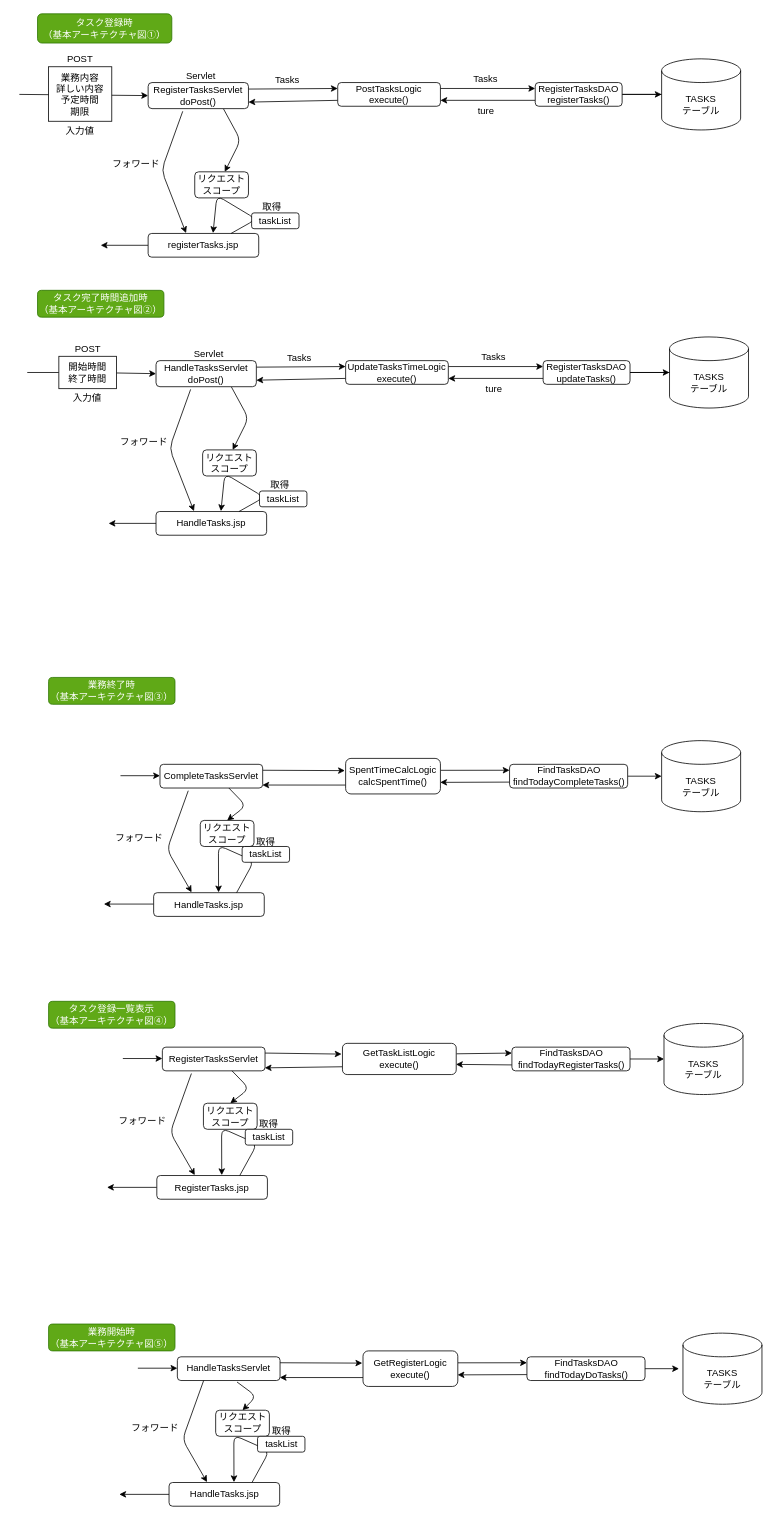
kanna1226/seisaku03 keeps this draw.io diagram as page "基本アーキテクチャ図" (4 of 4) of WorkOptimizer/02.仕様書等/UML(WorkOptimizer).drawio. Above is the earlier version. Source tidied: cells renumbered, new cells numbered last; positions are measured from the earlier drawing's top-left corner, leaving out a move shared by most shapes. Both pictures are drawn from the tidied source at 79%, with x=0, y=0 at pixel (19, 13).
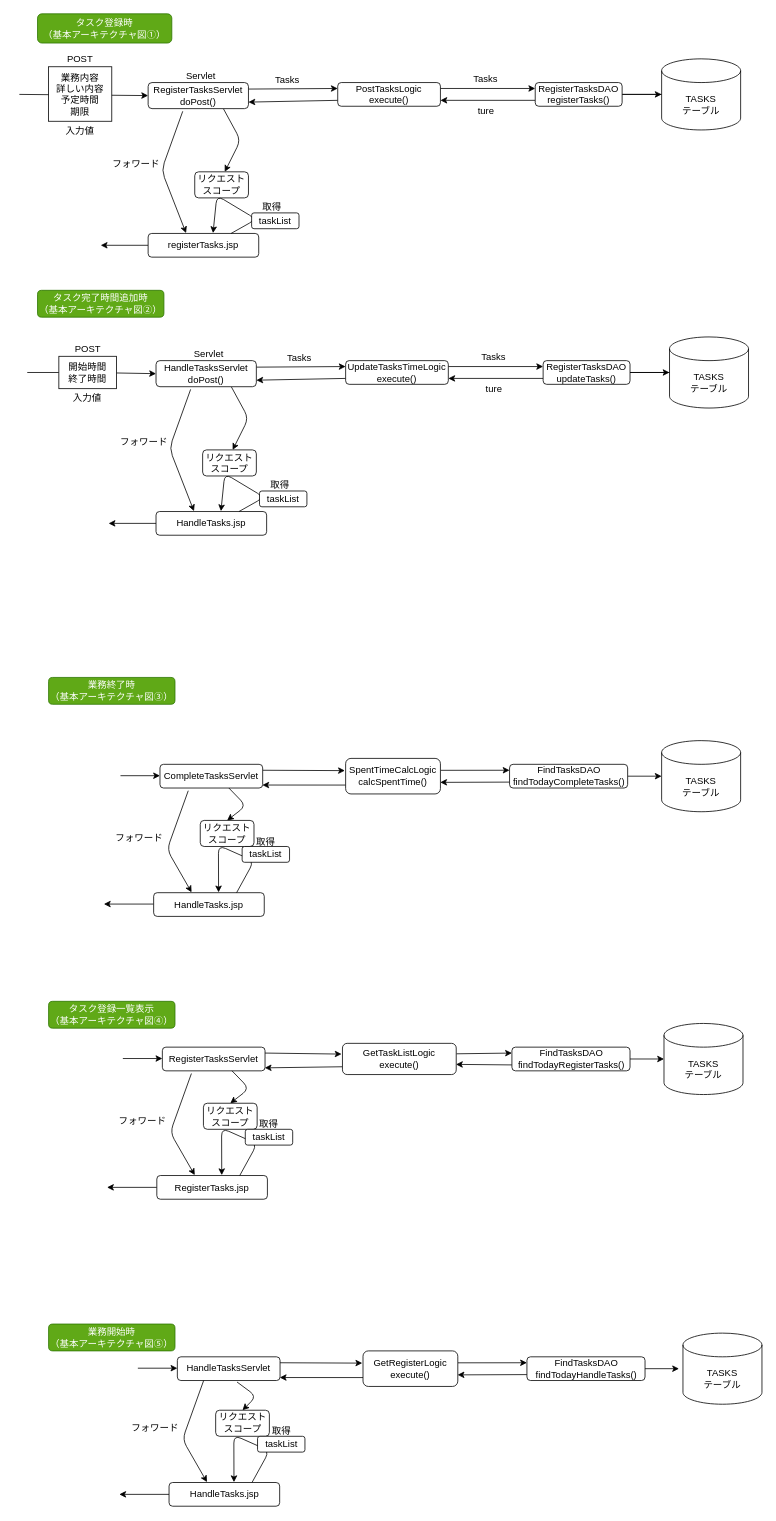
The same page after the edit.

What changed in the source:
```diff
@@
-    <mxCell id="78" value="FindTasksDAO&lt;br&gt;findTodayDoTasks()" style="rounded=1;whiteSpace=wrap;html=1;" parent="1" vertex="1">
+    <mxCell id="78" value="FindTasksDAO&lt;br&gt;findTodayHandleTasks()" style="rounded=1;whiteSpace=wrap;html=1;" parent="1" vertex="1">
       <mxGeometry x="642.5" y="1700" width="149.5" height="30" as="geometry" />
     </mxCell>
```
